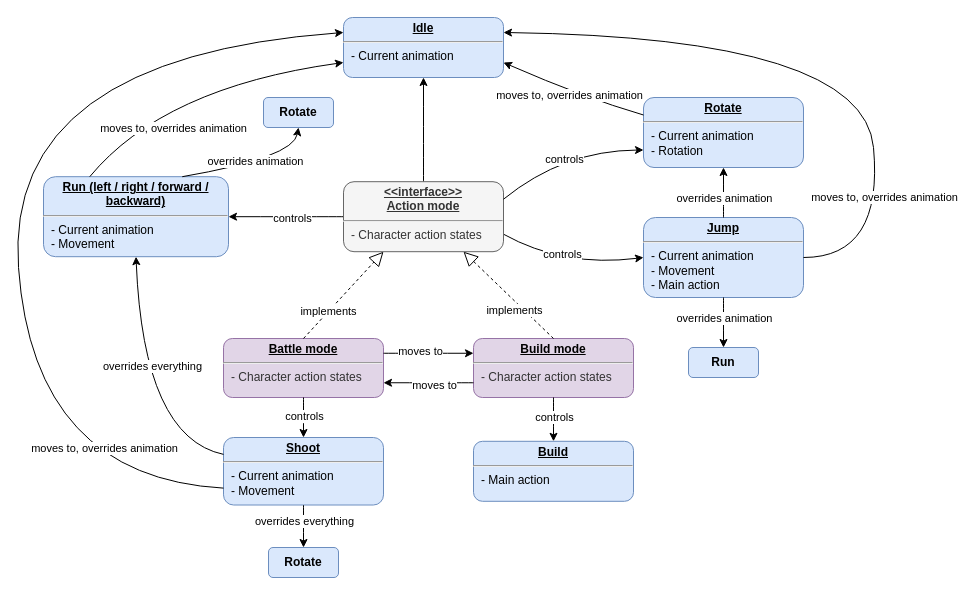
Above: docs/player_states.drawio in joonashalinen/bloxu (draw.io), before the change. Source tidied: cells renumbered, new cells numbered last; positions are measured from the earlier drawing's top-left corner, leaving out a move shared by most shapes. Both pictures are drawn from the tidied source at 100%, with x=0, y=0 at pixel (3, 17).
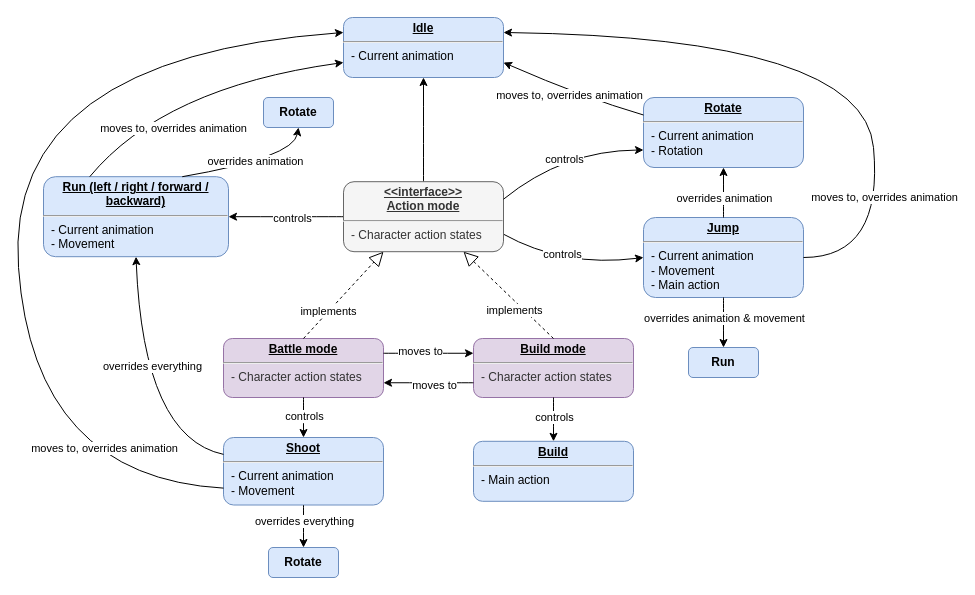
The same page after the edit.

The change refers to these unchanged cells:
```xml
<mxCell id="42" style="endArrow=classic;html=1;curved=1;exitX=0.5;exitY=1;exitDx=0;exitDy=0;entryX=0.5;entryY=0;entryDx=0;entryDy=0;" parent="1" edge="1" source="16" target="44">
  <mxGeometry relative="1" as="geometry" />
</mxCell>
```

Diff of the diagram source:
```diff
@@
-    <mxCell id="43" value="overrides animation" style="edgeLabel;html=1;align=center;verticalAlign=middle;" parent="42" vertex="1">
+    <mxCell id="43" value="overrides animation &amp;amp; movement" style="edgeLabel;html=1;align=center;verticalAlign=middle;" parent="42" vertex="1">
       <mxGeometry x="0.13" y="-17" relative="1" as="geometry">
         <mxPoint x="17" y="-8" as="offset" />
       </mxGeometry>
     </mxCell>
```
